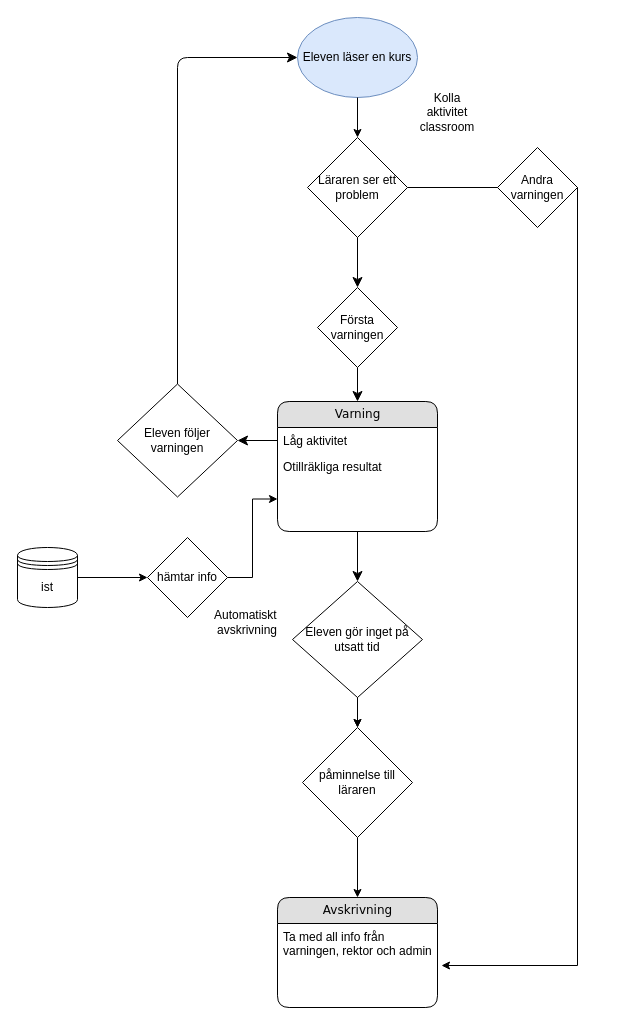
Earlier version of the draw.io diagram Namnlöst diagram.drawio (florensson/he-hej). Source tidied: cells renumbered, new cells numbered last; positions are measured from the earlier drawing's top-left corner, leaving out a move shared by most shapes. Both pictures are drawn from the tidied source at 100%, with x=0, y=0 at pixel (17, 17).
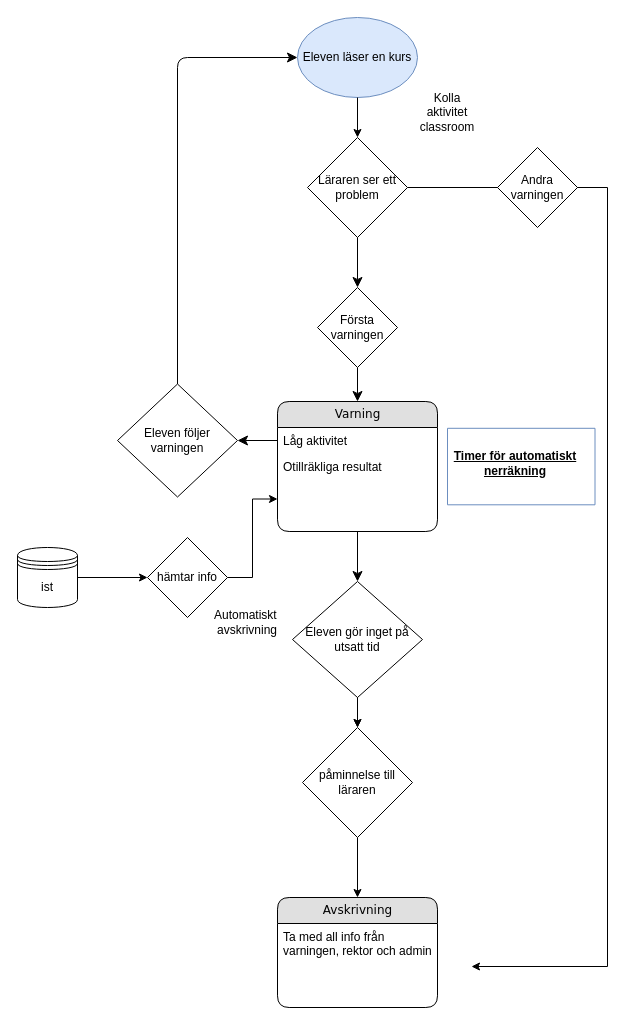
Above is the later version.

The change refers to these unchanged cells:
```xml
<mxCell id="6" value="Ta med all info från varningen, rektor och admin" style="text;html=1;strokeColor=none;fillColor=none;spacingLeft=4;spacingRight=4;whiteSpace=wrap;overflow=hidden;points=[[0,0.5],[1,0.5]];portConstraint=eastwest;" parent="5" vertex="1">
  <mxGeometry y="26" width="160" height="54" as="geometry" />
</mxCell>
<mxCell id="11" value="Läraren ser ett problem" style="rhombus;whiteSpace=wrap;html=1;" parent="1" vertex="1">
  <mxGeometry x="290" y="120" width="100" height="100" as="geometry" />
</mxCell>
```

The edit, as a diff of the source:
```diff
@@
-    <mxCell id="10" style="edgeStyle=orthogonalEdgeStyle;rounded=0;jettySize=auto;html=1;entryX=1.025;entryY=0.778;entryDx=0;entryDy=0;entryPerimeter=0;" parent="1" edge="1" source="11" target="6">
+    <mxCell id="10" style="edgeStyle=orthogonalEdgeStyle;rounded=0;jettySize=auto;html=1;entryX=1.025;entryY=0.778;entryDx=0;entryDy=0;entryPerimeter=0;exitX=1;exitY=0.5;exitDx=0;exitDy=0;" parent="1" edge="1" source="11">
       <mxGeometry relative="1" as="geometry">
+        <mxPoint x="454" y="949" as="targetPoint" />
         <Array as="points">
-          <mxPoint x="560" y="170" />
-          <mxPoint x="560" y="948" />
+          <mxPoint x="590" y="170" />
+          <mxPoint x="590" y="949" />
         </Array>
       </mxGeometry>
     </mxCell>
@@
+    <mxCell id="30" style="swimlane;startSize=0;fillColor=#dae8fc;strokeColor=#6c8ebf;gradientColor=none;" parent="1" vertex="1">
+      <mxGeometry x="430" y="410.8" width="147.5" height="76.5" as="geometry" />
+    </mxCell>
+    <mxCell id="31" value="&lt;b&gt;&lt;u&gt;Timer för automatiskt nerräkning&lt;/u&gt;&lt;/b&gt;" style="text;html=1;align=center;verticalAlign=middle;whiteSpace=wrap;rounded=0;" parent="30" vertex="1">
+      <mxGeometry x="-12.5" y="20" width="160" height="30" as="geometry" />
+    </mxCell>
```
